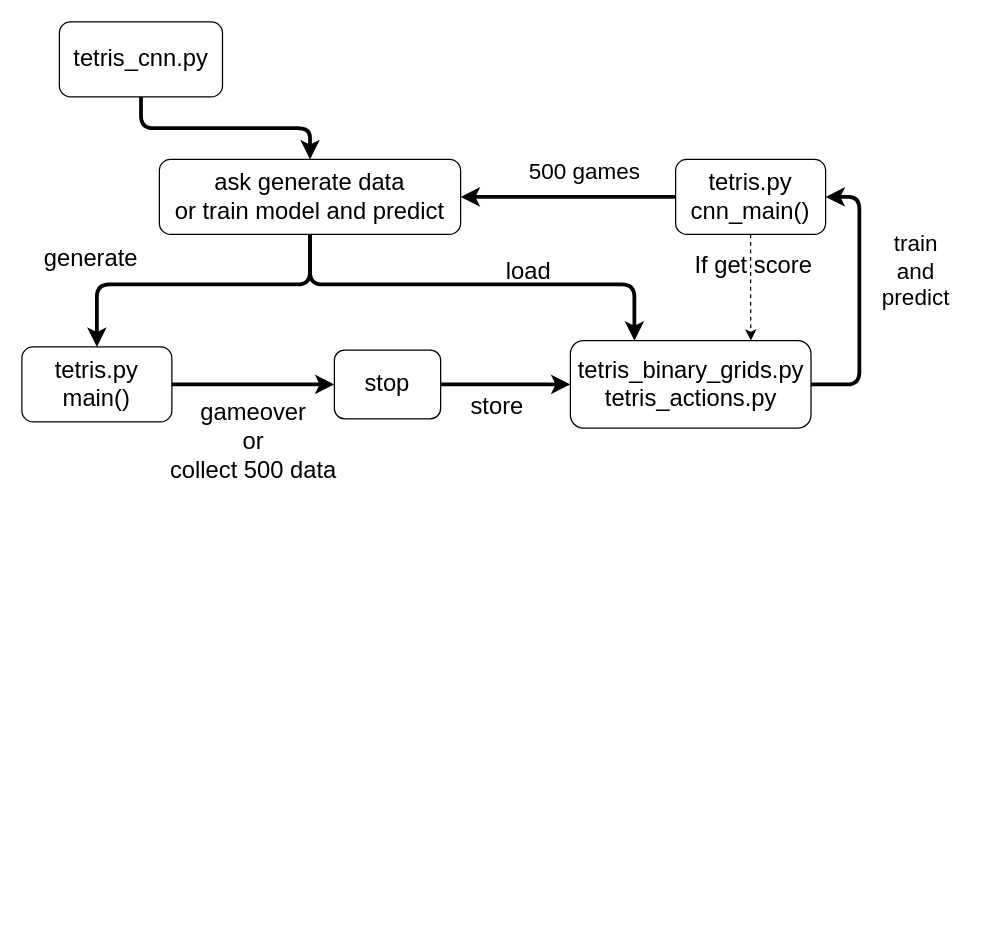
Above: cnn_tetris_algorithm.drawio in youngtuotuo/Deep-Q-Learning-Tetris (draw.io), before the change. Source tidied: cells renumbered, new cells numbered last; positions are measured from the earlier drawing's top-left corner, leaving out a move shared by most shapes. Both pictures are drawn from the tidied source at 125%, with x=0, y=0 at pixel (21, 21).
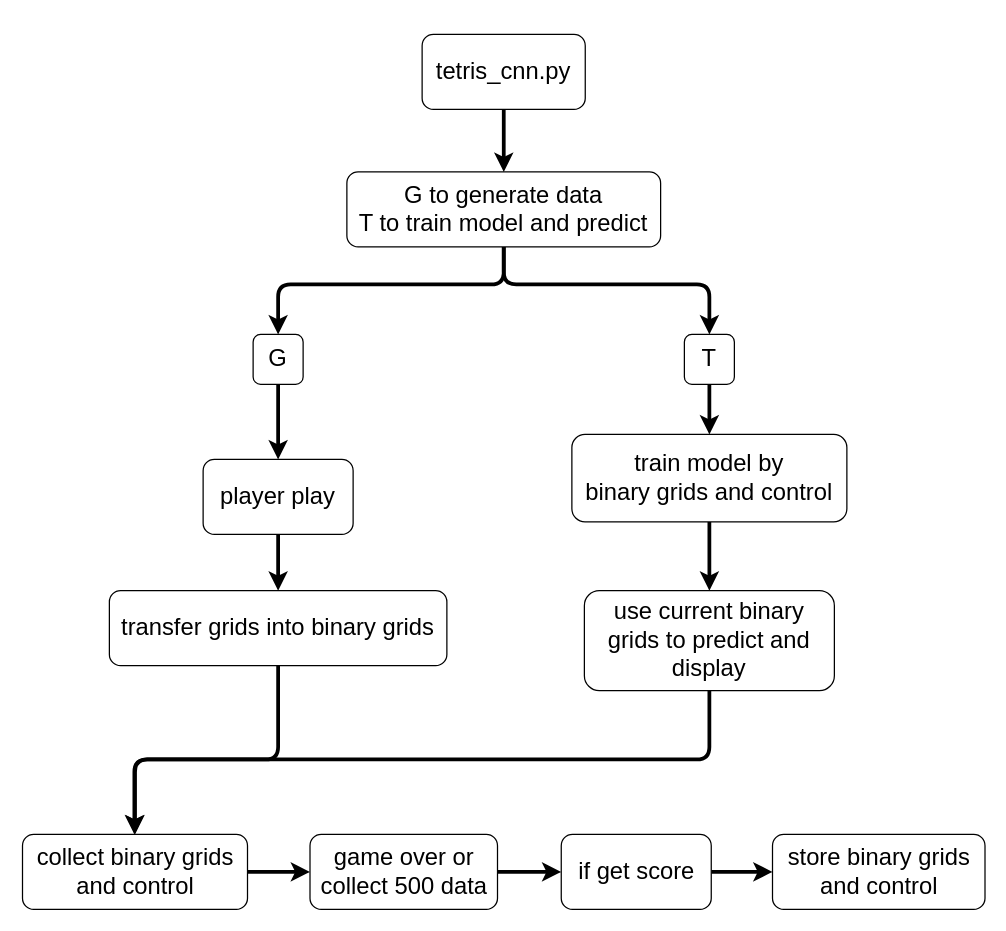
Above is the later version.

What changed in the source:
```diff
@@
-    <mxCell id="2" style="edgeStyle=orthogonalEdgeStyle;rounded=1;jettySize=auto;html=1;strokeWidth=3;" parent="1" edge="1" source="4" target="12">
-      <mxGeometry relative="1" as="geometry">
-        <Array as="points">
-          <mxPoint x="231" y="210" />
-          <mxPoint x="490" y="210" />
-        </Array>
-      </mxGeometry>
-    </mxCell>
-    <mxCell id="3" style="edgeStyle=orthogonalEdgeStyle;rounded=1;jettySize=auto;html=1;strokeWidth=3;" parent="1" edge="1" source="4" target="8">
-      <mxGeometry relative="1" as="geometry">
-        <Array as="points">
-          <mxPoint x="231" y="210" />
-          <mxPoint x="60" y="210" />
-        </Array>
-      </mxGeometry>
-    </mxCell>
+    <mxCell id="23" style="edgeStyle=orthogonalEdgeStyle;rounded=1;jettySize=auto;html=1;entryX=0.5;entryY=0;entryDx=0;entryDy=0;strokeWidth=3;" parent="1" edge="1" source="4" target="36">
+      <mxGeometry relative="1" as="geometry">
+        <Array as="points">
+          <mxPoint x="386" y="210" />
+          <mxPoint x="205" y="210" />
+        </Array>
+      </mxGeometry>
+    </mxCell>
+    <mxCell id="24" style="edgeStyle=orthogonalEdgeStyle;rounded=1;jettySize=auto;html=1;entryX=0.5;entryY=0;entryDx=0;entryDy=0;strokeWidth=3;" parent="1" edge="1" source="4" target="38">
+      <mxGeometry relative="1" as="geometry">
+        <Array as="points">
+          <mxPoint x="386" y="210" />
+          <mxPoint x="550" y="210" />
+        </Array>
+      </mxGeometry>
+    </mxCell>
-    <mxCell id="4" value="&lt;font style=&quot;font-size: 19px&quot;&gt;ask generate data&lt;br&gt;or train model and predict&lt;/font&gt;" style="rounded=1;whiteSpace=wrap;html=1;" parent="1" vertex="1">
-      <mxGeometry x="110" y="110" width="241" height="60" as="geometry" />
+    <mxCell id="4" value="&lt;font style=&quot;font-size: 19px&quot;&gt;G to generate data&lt;br&gt;T to train model and predict&lt;/font&gt;" style="rounded=1;whiteSpace=wrap;html=1;" parent="1" vertex="1">
+      <mxGeometry x="260" y="120" width="251" height="60" as="geometry" />
     </mxCell>
-    <mxCell id="5" value="&lt;font style=&quot;font-size: 19px&quot;&gt;generate&lt;/font&gt;" style="text;html=1;align=center;verticalAlign=middle;fillColor=none;strokeColor=none;rounded=0;" parent="1" vertex="1">
-      <mxGeometry x="10" y="180" width="90" height="20" as="geometry" />
-    </mxCell>
-    <mxCell id="6" value="&lt;font style=&quot;font-size: 18px&quot;&gt;train &lt;br&gt;and &lt;br&gt;predict&lt;br&gt;&lt;/font&gt;" style="text;html=1;align=center;verticalAlign=middle;fillColor=none;strokeColor=none;rounded=0;" parent="1" vertex="1">
-      <mxGeometry x="680" y="175" width="70" height="50" as="geometry" />
-    </mxCell>
-    <mxCell id="7" style="edgeStyle=orthogonalEdgeStyle;rounded=0;jettySize=auto;html=1;entryX=0;entryY=0.5;entryDx=0;entryDy=0;strokeWidth=3;" parent="1" edge="1" source="8" target="10">
-      <mxGeometry relative="1" as="geometry" />
-    </mxCell>
+    <mxCell id="25" style="edgeStyle=orthogonalEdgeStyle;rounded=1;jettySize=auto;html=1;entryX=0.5;entryY=0;entryDx=0;entryDy=0;strokeWidth=3;" parent="1" edge="1" source="8" target="27">
+      <mxGeometry relative="1" as="geometry" />
+    </mxCell>
-    <mxCell id="8" value="&lt;font style=&quot;font-size: 19px&quot;&gt;tetris.py&lt;br&gt;main()&lt;/font&gt;" style="rounded=1;whiteSpace=wrap;html=1;" parent="1" vertex="1">
-      <mxGeometry y="260" width="120" height="60" as="geometry" />
+    <mxCell id="8" value="&lt;span style=&quot;font-size: 19px&quot;&gt;player play&lt;/span&gt;" style="rounded=1;whiteSpace=wrap;html=1;" parent="1" vertex="1">
+      <mxGeometry x="145" y="350" width="120" height="60" as="geometry" />
     </mxCell>
-    <mxCell id="9" style="edgeStyle=orthogonalEdgeStyle;rounded=1;jettySize=auto;html=1;entryX=0;entryY=0.5;entryDx=0;entryDy=0;strokeWidth=3;" parent="1" edge="1" source="10" target="12">
-      <mxGeometry relative="1" as="geometry" />
-    </mxCell>
-    <mxCell id="10" value="&lt;font style=&quot;font-size: 19px&quot;&gt;stop&lt;br&gt;&lt;/font&gt;" style="rounded=1;whiteSpace=wrap;html=1;" parent="1" vertex="1">
-      <mxGeometry x="250" y="262.5" width="85" height="55" as="geometry" />
-    </mxCell>
-    <mxCell id="11" style="edgeStyle=orthogonalEdgeStyle;rounded=1;jettySize=auto;html=1;strokeWidth=3;entryX=1;entryY=0.5;entryDx=0;entryDy=0;" parent="1" edge="1" source="12" target="16">
-      <mxGeometry relative="1" as="geometry">
-        <Array as="points">
-          <mxPoint x="670" y="290" />
-          <mxPoint x="670" y="140" />
-        </Array>
-      </mxGeometry>
-    </mxCell>
-    <mxCell id="12" value="&lt;font style=&quot;font-size: 19px&quot;&gt;tetris_binary_grids.py&lt;br&gt;tetris_actions.py&lt;br&gt;&lt;/font&gt;" style="rounded=1;whiteSpace=wrap;html=1;" parent="1" vertex="1">
-      <mxGeometry x="438.8" y="255" width="192.5" height="70" as="geometry" />
-    </mxCell>
-    <mxCell id="13" value="&lt;font style=&quot;font-size: 19px&quot;&gt;store&lt;/font&gt;" style="text;html=1;align=center;verticalAlign=middle;fillColor=none;strokeColor=none;rounded=0;" parent="1" vertex="1">
-      <mxGeometry x="350" y="297.5" width="60" height="20" as="geometry" />
-    </mxCell>
-    <mxCell id="14" style="edgeStyle=orthogonalEdgeStyle;rounded=1;jettySize=auto;html=1;entryX=1;entryY=0.5;entryDx=0;entryDy=0;strokeWidth=3;" parent="1" edge="1" source="16" target="4">
-      <mxGeometry relative="1" as="geometry" />
-    </mxCell>
-    <mxCell id="15" style="edgeStyle=orthogonalEdgeStyle;rounded=1;jumpSize=6;jettySize=auto;html=1;entryX=0.75;entryY=0;entryDx=0;entryDy=0;endSize=6;strokeWidth=1;dashed=1;" parent="1" edge="1" source="16" target="12">
-      <mxGeometry relative="1" as="geometry" />
-    </mxCell>
-    <mxCell id="16" value="&lt;font style=&quot;font-size: 19px&quot;&gt;tetris.py&lt;br&gt;cnn_main()&lt;/font&gt;" style="rounded=1;whiteSpace=wrap;html=1;" parent="1" vertex="1">
-      <mxGeometry x="523" y="110" width="120" height="60" as="geometry" />
-    </mxCell>
-    <mxCell id="17" value="&lt;font style=&quot;font-size: 18px&quot;&gt;500 games&lt;/font&gt;" style="text;html=1;align=center;verticalAlign=middle;fillColor=none;strokeColor=none;rounded=0;" parent="1" vertex="1">
-      <mxGeometry x="400" y="110" width="100" height="20" as="geometry" />
-    </mxCell>
@@
     <mxCell id="19" value="&lt;font style=&quot;font-size: 19px&quot;&gt;tetris_cnn.py&lt;/font&gt;" style="rounded=1;whiteSpace=wrap;html=1;" parent="1" vertex="1">
-      <mxGeometry x="30" width="130.5" height="60" as="geometry" />
+      <mxGeometry x="320.2" y="10" width="130.5" height="60" as="geometry" />
     </mxCell>
-    <mxCell id="20" value="&lt;font style=&quot;font-size: 19px&quot;&gt;load&lt;/font&gt;" style="text;html=1;align=center;verticalAlign=middle;fillColor=none;strokeColor=none;rounded=0;" parent="1" vertex="1">
-      <mxGeometry x="380" y="190" width="50" height="20" as="geometry" />
-    </mxCell>
-    <mxCell id="21" value="&lt;span style=&quot;font-size: 19px&quot;&gt;gameover &lt;br&gt;or&lt;/span&gt;&lt;br style=&quot;font-size: 19px&quot;&gt;&lt;span style=&quot;font-size: 19px&quot;&gt;collect 500 data&lt;/span&gt;" style="text;html=1;align=center;verticalAlign=middle;fillColor=none;strokeColor=none;rounded=0;" parent="1" vertex="1">
-      <mxGeometry x="110" y="311" width="150" height="50" as="geometry" />
-    </mxCell>
-    <mxCell id="22" value="&lt;font style=&quot;font-size: 19px&quot;&gt;If get score&lt;br&gt;&lt;/font&gt;" style="text;html=1;align=center;verticalAlign=middle;fillColor=none;strokeColor=none;rounded=0;" parent="1" vertex="1">
-      <mxGeometry x="530" y="185" width="110" height="20" as="geometry" />
-    </mxCell>
+    <mxCell id="26" style="edgeStyle=orthogonalEdgeStyle;rounded=1;jettySize=auto;html=1;entryX=0.5;entryY=0;entryDx=0;entryDy=0;strokeWidth=3;" parent="1" edge="1" source="27" target="31">
+      <mxGeometry relative="1" as="geometry">
+        <Array as="points">
+          <mxPoint x="205" y="590" />
+          <mxPoint x="91" y="590" />
+        </Array>
+      </mxGeometry>
+    </mxCell>
+    <mxCell id="27" value="&lt;font style=&quot;font-size: 19px&quot;&gt;transfer grids into binary grids&lt;/font&gt;" style="rounded=1;whiteSpace=wrap;html=1;" parent="1" vertex="1">
+      <mxGeometry x="70" y="455" width="270" height="60" as="geometry" />
+    </mxCell>
+    <mxCell id="28" style="edgeStyle=orthogonalEdgeStyle;rounded=1;jettySize=auto;html=1;entryX=0;entryY=0.5;entryDx=0;entryDy=0;strokeWidth=3;" parent="1" edge="1" source="29" target="42">
+      <mxGeometry relative="1" as="geometry" />
+    </mxCell>
+    <mxCell id="29" value="&lt;font style=&quot;font-size: 19px&quot;&gt;game over or&lt;br&gt;collect 500 data&lt;/font&gt;" style="rounded=1;whiteSpace=wrap;html=1;fillColor=#ffffff;" parent="1" vertex="1">
+      <mxGeometry x="230.5" y="650" width="150" height="60" as="geometry" />
+    </mxCell>
+    <mxCell id="30" style="edgeStyle=orthogonalEdgeStyle;rounded=1;jettySize=auto;html=1;entryX=0;entryY=0.5;entryDx=0;entryDy=0;strokeWidth=3;" parent="1" edge="1" source="31" target="29">
+      <mxGeometry relative="1" as="geometry" />
+    </mxCell>
+    <mxCell id="31" value="&lt;font style=&quot;font-size: 19px&quot;&gt;collect binary grids&lt;br&gt;and control&lt;/font&gt;" style="rounded=1;whiteSpace=wrap;html=1;fillColor=#ffffff;" parent="1" vertex="1">
+      <mxGeometry x="0.5" y="650" width="180" height="60" as="geometry" />
+    </mxCell>
+    <mxCell id="32" value="&lt;font style=&quot;font-size: 19px&quot;&gt;store binary grids&lt;br&gt;and control&lt;/font&gt;" style="rounded=1;whiteSpace=wrap;html=1;fillColor=#ffffff;" parent="1" vertex="1">
+      <mxGeometry x="600.5" y="650" width="170" height="60" as="geometry" />
+    </mxCell>
+    <mxCell id="33" style="edgeStyle=orthogonalEdgeStyle;rounded=1;jettySize=auto;html=1;strokeWidth=3;" parent="1" edge="1" source="34" target="40">
+      <mxGeometry relative="1" as="geometry" />
+    </mxCell>
+    <mxCell id="34" value="&lt;font style=&quot;font-size: 19px&quot;&gt;train model by&lt;br&gt;binary grids and control&lt;/font&gt;" style="rounded=1;whiteSpace=wrap;html=1;fillColor=#ffffff;" parent="1" vertex="1">
+      <mxGeometry x="440" y="330" width="220" height="70" as="geometry" />
+    </mxCell>
+    <mxCell id="35" style="edgeStyle=orthogonalEdgeStyle;rounded=1;jettySize=auto;html=1;entryX=0.5;entryY=0;entryDx=0;entryDy=0;strokeWidth=3;" parent="1" edge="1" source="36" target="8">
+      <mxGeometry relative="1" as="geometry" />
+    </mxCell>
+    <mxCell id="36" value="&lt;font style=&quot;font-size: 19px&quot;&gt;G&lt;/font&gt;" style="rounded=1;whiteSpace=wrap;html=1;fillColor=#ffffff;" parent="1" vertex="1">
+      <mxGeometry x="185" y="250" width="40" height="40" as="geometry" />
+    </mxCell>
+    <mxCell id="37" style="edgeStyle=orthogonalEdgeStyle;rounded=1;jettySize=auto;html=1;entryX=0.5;entryY=0;entryDx=0;entryDy=0;strokeWidth=3;" parent="1" edge="1" source="38" target="34">
+      <mxGeometry relative="1" as="geometry" />
+    </mxCell>
+    <mxCell id="38" value="&lt;font style=&quot;font-size: 19px&quot;&gt;T&lt;/font&gt;" style="rounded=1;whiteSpace=wrap;html=1;fillColor=#ffffff;" parent="1" vertex="1">
+      <mxGeometry x="530" y="250" width="40" height="40" as="geometry" />
+    </mxCell>
+    <mxCell id="39" style="edgeStyle=orthogonalEdgeStyle;rounded=1;jettySize=auto;html=1;strokeWidth=3;" parent="1" edge="1" source="40">
+      <mxGeometry relative="1" as="geometry">
+        <mxPoint x="90" y="650" as="targetPoint" />
+        <Array as="points">
+          <mxPoint x="550" y="590" />
+          <mxPoint x="90" y="590" />
+        </Array>
+      </mxGeometry>
+    </mxCell>
+    <mxCell id="40" value="&lt;font style=&quot;font-size: 19px&quot;&gt;use current binary grids to predict and display&lt;/font&gt;" style="rounded=1;whiteSpace=wrap;html=1;fillColor=#ffffff;" parent="1" vertex="1">
+      <mxGeometry x="450" y="455" width="200" height="80" as="geometry" />
+    </mxCell>
+    <mxCell id="41" style="edgeStyle=orthogonalEdgeStyle;rounded=1;jettySize=auto;html=1;strokeWidth=3;" parent="1" edge="1" source="42" target="32">
+      <mxGeometry relative="1" as="geometry" />
+    </mxCell>
+    <mxCell id="42" value="&lt;font style=&quot;font-size: 19px&quot;&gt;if get score&lt;/font&gt;" style="rounded=1;whiteSpace=wrap;html=1;fillColor=#ffffff;" parent="1" vertex="1">
+      <mxGeometry x="431.5" y="650" width="120" height="60" as="geometry" />
+    </mxCell>
```
